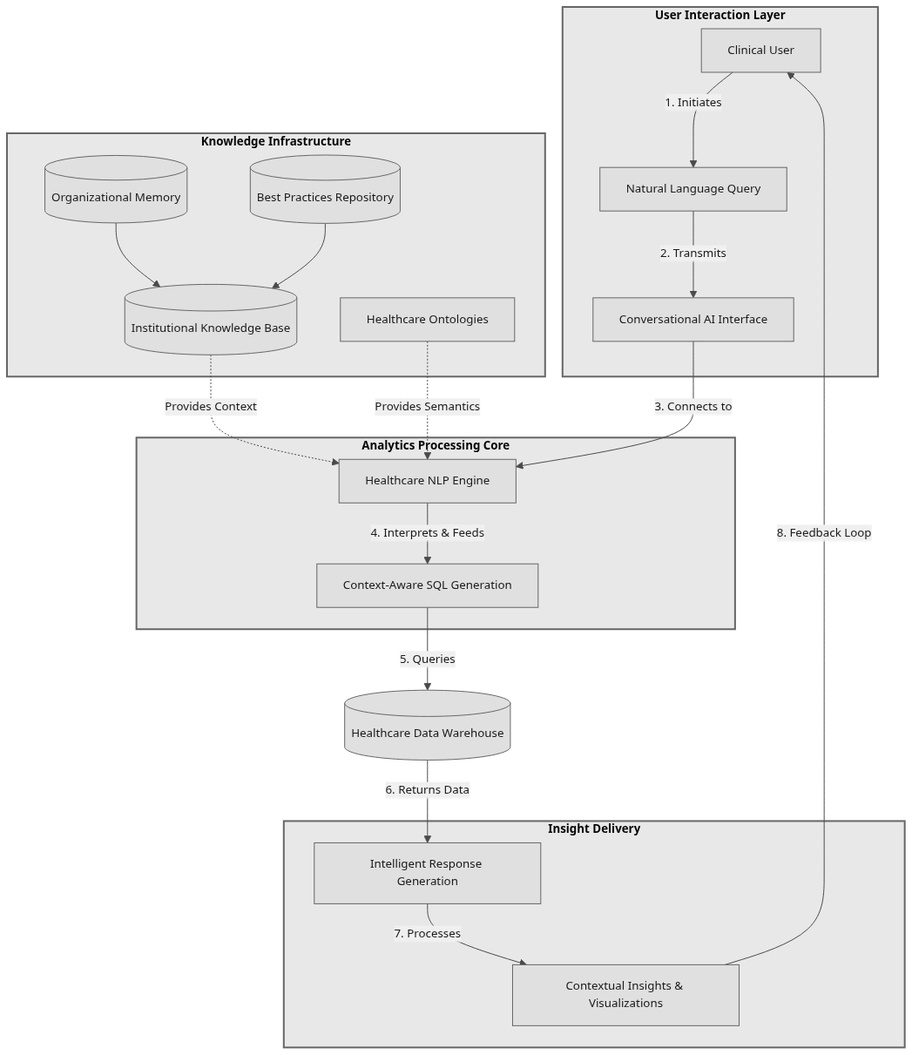
The Mermaid diagram figures/architecture.mmd.png in stharrold/yuimedi-paper-20250901, before a commit. Its source is kept beside it as figures/architecture.mmd.
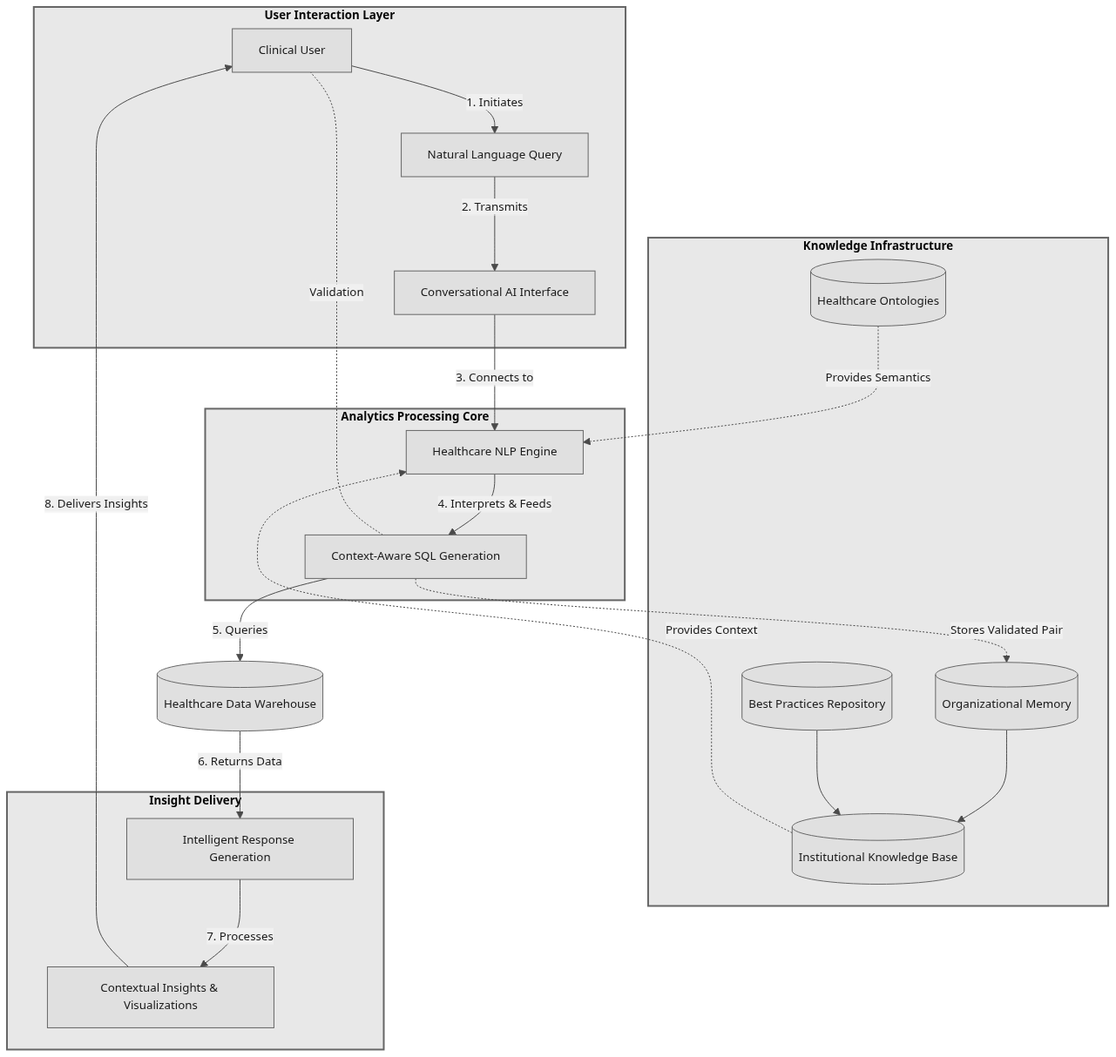
After the commit.

The edit, as a diff of the source:
```diff
@@ -9,7 +9,7 @@
     subgraph Knowledge["<b>Knowledge Infrastructure</b>"]
         D[("Organizational Memory")] --> G[("Institutional Knowledge Base")]
         E[("Best Practices Repository")] --> G
-        F["Healthcare Ontologies"]
+        F[("Healthcare Ontologies")]
     end
 
     subgraph Engine["<b>Analytics Processing Core</b>"]
@@ -25,7 +25,11 @@
     C -->|"3. Connects to"| H
     I -->|"5. Queries"| J
     J -->|"6. Returns Data"| K
-    L -->|"8. Feedback Loop"| A
+    L -->|"8. Delivers Insights"| A
+
+    I -.-|"Validation"| A
+
+    I -.->|"Stores Validated Pair"| D
 
     G -.->|"Provides Context"| H
     F -.->|"Provides Semantics"| H
```
